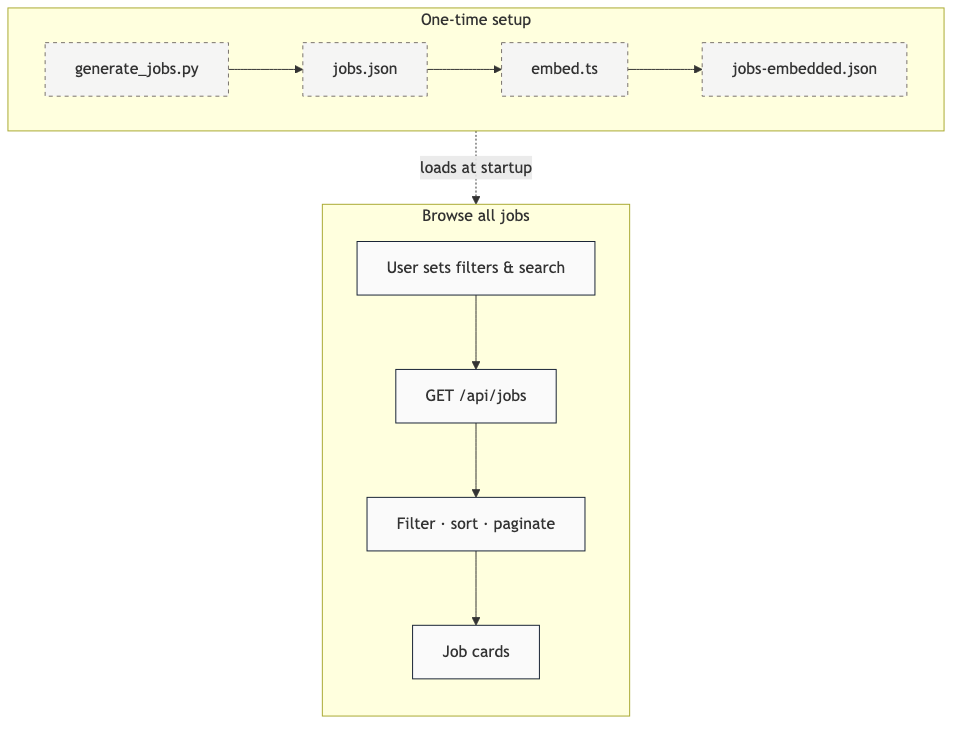
The Mermaid diagram docs/data-flow-browse.png in MeenakshiMadhu/scoutAI, before a commit. Its source is kept beside it as docs/data-flow-browse.mmd.
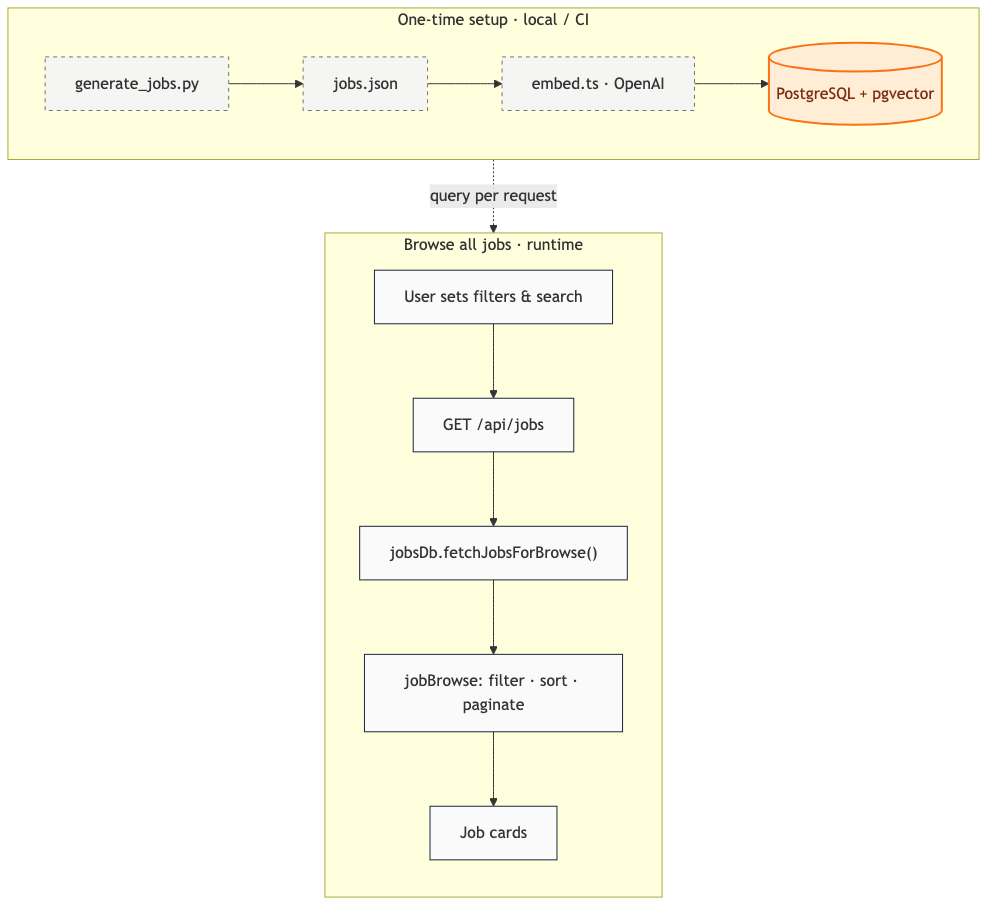
Above is the later version.

Commit message:
chore: update README and architecture diagrams; remove outdated files and add new architecture diagram

What changed in the source:
```diff
@@ -1,21 +1,24 @@
 flowchart TB
-  subgraph SETUP["One-time setup"]
+  subgraph SETUP["One-time setup · local / CI"]
     direction LR
-    S1["generate_jobs.py"] --> S2["jobs.json"] --> S3["embed.ts"] --> S4["jobs-embedded.json"]
+    S1["generate_jobs.py"] --> S2["jobs.json"] --> S3["embed.ts · OpenAI"] --> S4[("PostgreSQL + pgvector")]
   end
 
-  subgraph BROWSE["Browse all jobs"]
+  subgraph BROWSE["Browse all jobs · runtime"]
     direction TB
     U1["User sets filters & search"]
     U2["GET /api/jobs"]
-    U3["Filter · sort · paginate"]
-    U4["Job cards"]
-    U1 --> U2 --> U3 --> U4
+    U3["jobsDb.fetchJobsForBrowse()"]
+    U4["jobBrowse: filter · sort · paginate"]
+    U5["Job cards"]
+    U1 --> U2 --> U3 --> U4 --> U5
   end
 
-  S4 -.->|loads at startup| U2
+  S4 -.->|query per request| U3
 
   classDef setup fill:#f5f5f4,stroke:#78716c,stroke-dasharray:4
   classDef browse fill:#fafafa,stroke:#182335
-  class S1,S2,S3,S4 setup
-  class U1,U2,U3,U4 browse
+  classDef db fill:#ffedd5,stroke:#f97316,stroke-width:2px,color:#7c2d12
+  class S1,S2,S3 setup
+  class U1,U2,U3,U4,U5 browse
+  class S4 db
```
